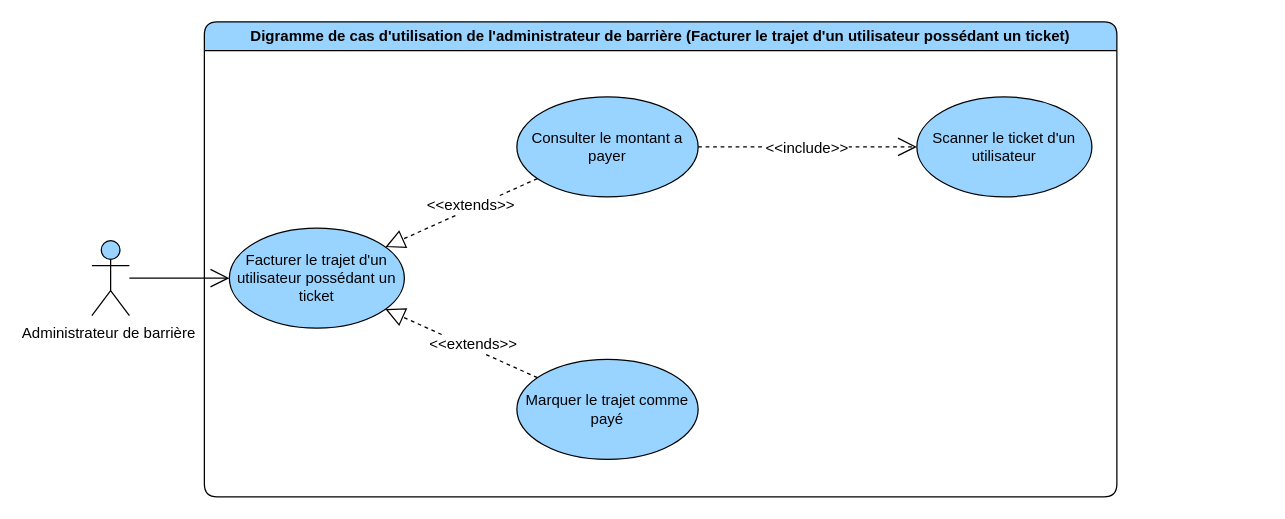
devlotfi/peage-pay keeps this draw.io diagram as page "facturer un utilisateur possedant un ticket" (2 of 2) of diagrams/use-case/administrateur-de-barriere.drawio. Above is the earlier version. Source tidied: cells renumbered, new cells numbered last; positions are measured from the earlier drawing's top-left corner, leaving out a move shared by most shapes. Both pictures are drawn from the tidied source at 125%, with x=0, y=0 at pixel (91, 21).
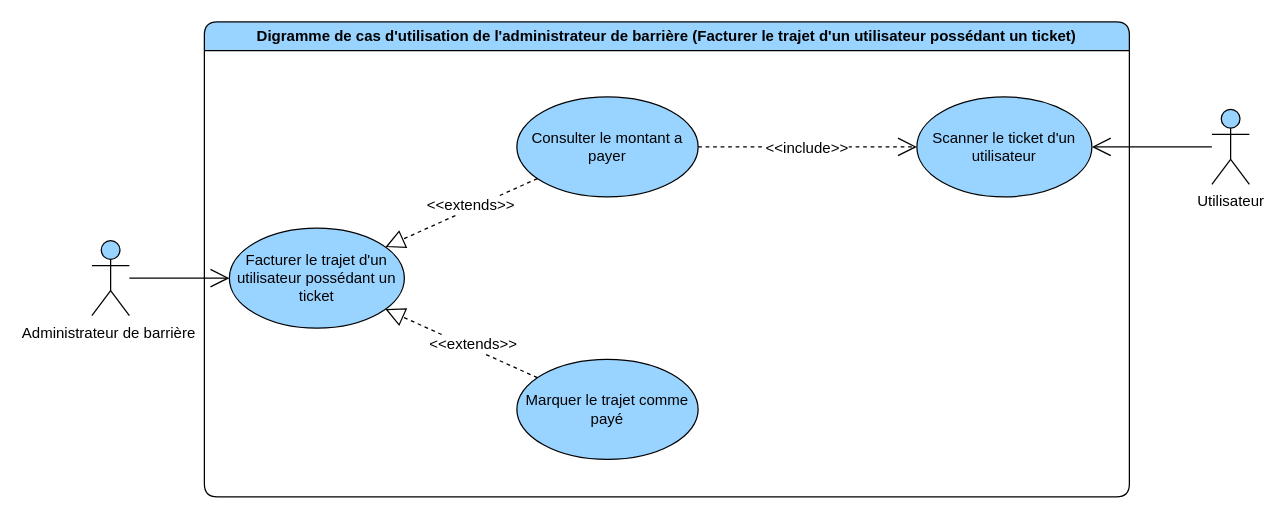
After the change.

Change to the diagram source:
```diff
@@
 <mxGraphModel>
   <root>
     <mxCell id="0" />
     <mxCell id="1" parent="0" />
     <mxCell id="2" value="Digramme de cas d'utilisation de l'administrateur de&amp;nbsp;barrière&amp;nbsp;(Facturer le trajet d'un utilisateur possédant un ticket)" style="swimlane;whiteSpace=wrap;html=1;rounded=1;fillColor=#99D3FF;" parent="1" vertex="1">
-      <mxGeometry x="90" width="730" height="380" as="geometry" />
+      <mxGeometry x="90" width="740" height="380" as="geometry" />
     </mxCell>
     <mxCell id="3" value="Facturer le trajet d'un utilisateur possédant un ticket" style="ellipse;whiteSpace=wrap;html=1;strokeColor=default;align=center;verticalAlign=middle;fontFamily=Helvetica;fontSize=12;fontColor=default;fillColor=#99D3FF;" parent="2" vertex="1">
       <mxGeometry x="20" y="165" width="140" height="80" as="geometry" />
     </mxCell>
     <mxCell id="4" style="edgeStyle=none;rounded=0;jettySize=auto;html=1;dashed=1;strokeColor=default;align=center;verticalAlign=middle;fontFamily=Helvetica;fontSize=12;fontColor=default;labelBackgroundColor=default;startSize=6;endArrow=open;endFill=0;endSize=13;" parent="2" edge="1" source="6" target="9">
       <mxGeometry relative="1" as="geometry" />
     </mxCell>
     <mxCell id="5" value="&amp;lt;&amp;lt;include&amp;gt;&amp;gt;" style="edgeLabel;html=1;align=center;verticalAlign=middle;strokeColor=default;fontFamily=Helvetica;fontSize=12;fontColor=default;labelBackgroundColor=default;fillColor=#99D3FF;" parent="4" vertex="1">
       <mxGeometry x="-0.16" y="3" relative="1" as="geometry">
         <mxPoint x="12" y="3" as="offset" />
       </mxGeometry>
     </mxCell>
     <mxCell id="6" value="Consulter le montant a payer" style="ellipse;whiteSpace=wrap;html=1;strokeColor=default;align=center;verticalAlign=middle;fontFamily=Helvetica;fontSize=12;fontColor=default;fillColor=#99D3FF;" parent="2" vertex="1">
       <mxGeometry x="250" y="60" width="145" height="80" as="geometry" />
     </mxCell>
     <mxCell id="7" style="edgeStyle=none;rounded=0;jettySize=auto;html=1;dashed=1;strokeColor=default;align=center;verticalAlign=middle;fontFamily=Helvetica;fontSize=12;fontColor=default;labelBackgroundColor=default;startSize=6;endArrow=block;endFill=0;endSize=13;" parent="2" edge="1" source="6" target="3">
       <mxGeometry relative="1" as="geometry" />
     </mxCell>
     <mxCell id="8" value="&amp;lt;&amp;lt;extends&amp;gt;&amp;gt;" style="edgeLabel;html=1;align=center;verticalAlign=middle;strokeColor=default;fontFamily=Helvetica;fontSize=12;fontColor=default;labelBackgroundColor=default;fillColor=#99D3FF;" parent="7" vertex="1">
       <mxGeometry x="-0.12" y="-3" relative="1" as="geometry">
         <mxPoint x="1" as="offset" />
       </mxGeometry>
     </mxCell>
     <mxCell id="9" value="Scanner le ticket d'un utilisateur" style="ellipse;whiteSpace=wrap;html=1;strokeColor=default;align=center;verticalAlign=middle;fontFamily=Helvetica;fontSize=12;fontColor=default;fillColor=#99D3FF;" parent="2" vertex="1">
       <mxGeometry x="570" y="60" width="140" height="80" as="geometry" />
     </mxCell>
     <mxCell id="10" value="Marquer le trajet comme payé" style="ellipse;whiteSpace=wrap;html=1;strokeColor=default;align=center;verticalAlign=middle;fontFamily=Helvetica;fontSize=12;fontColor=default;fillColor=#99D3FF;" parent="2" vertex="1">
       <mxGeometry x="250" y="270" width="145" height="80" as="geometry" />
     </mxCell>
     <mxCell id="11" style="edgeStyle=none;rounded=0;jettySize=auto;html=1;dashed=1;strokeColor=default;align=center;verticalAlign=middle;fontFamily=Helvetica;fontSize=12;fontColor=default;labelBackgroundColor=default;startSize=6;endArrow=block;endFill=0;endSize=13;" parent="2" edge="1" source="10" target="3">
       <mxGeometry relative="1" as="geometry" />
     </mxCell>
     <mxCell id="12" value="&amp;lt;&amp;lt;extends&amp;gt;&amp;gt;" style="edgeLabel;html=1;align=center;verticalAlign=middle;strokeColor=default;fontFamily=Helvetica;fontSize=12;fontColor=default;labelBackgroundColor=default;fillColor=#99D3FF;" parent="11" vertex="1">
       <mxGeometry x="-0.12" y="-3" relative="1" as="geometry">
         <mxPoint x="1" as="offset" />
       </mxGeometry>
     </mxCell>
     <mxCell id="13" style="rounded=0;jettySize=auto;html=1;fontFamily=Helvetica;fontSize=12;fontColor=default;endArrow=open;endFill=0;startSize=6;endSize=13;" parent="1" edge="1" source="14" target="3">
       <mxGeometry relative="1" as="geometry" />
     </mxCell>
     <mxCell id="14" value="Administrateur&amp;nbsp;de&amp;nbsp;barrière&amp;nbsp;" style="shape=umlActor;verticalLabelPosition=bottom;verticalAlign=top;html=1;outlineConnect=0;strokeColor=default;align=center;fontFamily=Helvetica;fontSize=12;fontColor=default;fillColor=#99D3FF;" parent="1" vertex="1">
       <mxGeometry y="175" width="30" height="60" as="geometry" />
     </mxCell>
+    <mxCell id="15" value="Utilisateur" style="shape=umlActor;verticalLabelPosition=bottom;verticalAlign=top;html=1;outlineConnect=0;strokeColor=default;align=center;fontFamily=Helvetica;fontSize=12;fontColor=default;fillColor=#99D3FF;" parent="1" vertex="1">
+      <mxGeometry x="896" y="70" width="30" height="60" as="geometry" />
+    </mxCell>
+    <mxCell id="16" style="rounded=0;jettySize=auto;html=1;fontFamily=Helvetica;fontSize=12;fontColor=default;endArrow=open;endFill=0;startSize=6;endSize=13;" parent="1" edge="1" source="15" target="9">
+      <mxGeometry relative="1" as="geometry" />
+    </mxCell>
   </root>
 </mxGraphModel>
```
